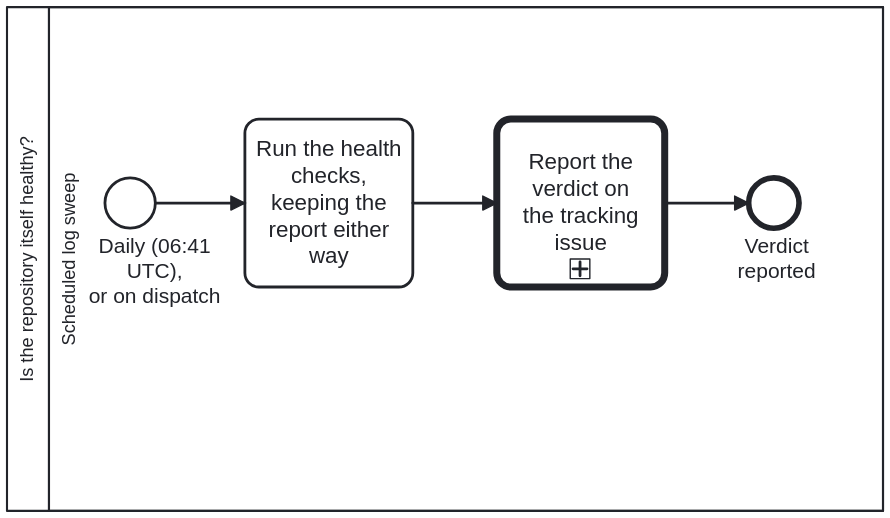
Before: docs/assets/img/workflows/repository-health-watch.svg, a diagram exported from BPMN (litlfred/cat-harness). Its source is kept beside it as processes/sdlc/repository-health-watch.bpmn. Ids are renumbered.
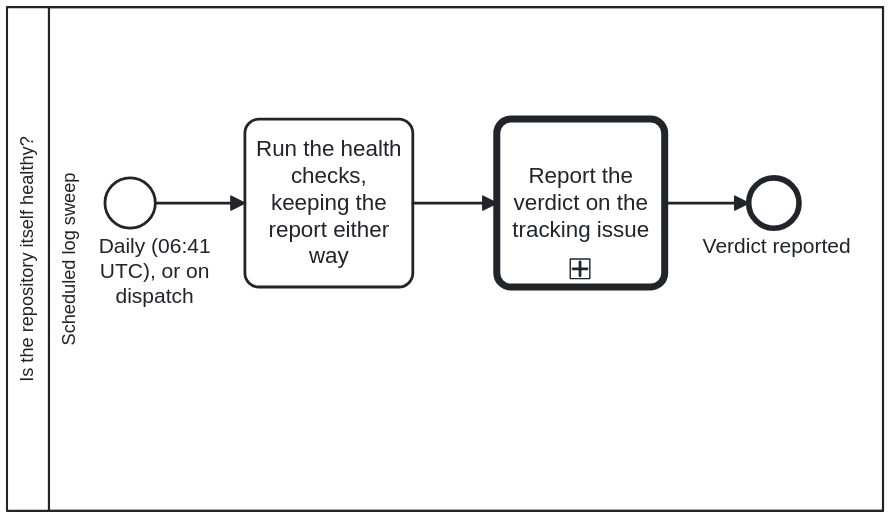
Above is the later version.

Commit message:
Let the renderer wrap G2 names; fit the tracked-watch pool

Change to the diagram source:
```diff
@@ -39,10 +39,10 @@
         <bpmn:flowNodeRef>End_Reported</bpmn:flowNodeRef>
       </bpmn:lane>
     </bpmn:laneSet>
-    <bpmn:startEvent id="Start_Sweep" name="Daily (06:41 UTC),&#10;or on dispatch">
+    <bpmn:startEvent id="Start_Sweep" name="Daily (06:41 UTC), or on dispatch">
       <bpmn:outgoing>Flow_0</bpmn:outgoing>
     </bpmn:startEvent>
-    <bpmn:task id="Task_Check" name="Run the health checks,&#10;keeping the report either way">
+    <bpmn:task id="Task_Check" name="Run the health checks, keeping the report either way">
       <bpmn:documentation>Run bun run cat health --out and upload the JSON report whatever the verdict — on unknown it is the only evidence of why the sweep went blind. Exit 0 clean, 1 gating findings, 2 could not check; exit 1 with no report is a crash. The checks report and never act: every finding names something a person does.
 
 Where its verdict comes from: Asked of the `verdict` output of 'Run the health checks' in .github/workflows/health-check.yml, which runs `bun run cat health --out`. Exit 0 is clean, 1 gating finding(s), 2 could not check; an exit 1 with no report file is a crash and is reclassified as could-not-check, as is any other code. `no` is verdict == 'unknown': 'Refuse to report success on an unchecked repository' runs `exit 1` and the tracking issue is left untouched. `yes` is verdict != 'unknown', the guard on ensuring the `repo-health` label. The report is uploaded as an artifact on every verdict (`if: always()`), including this one.</bpmn:documentation>
@@ -52,7 +52,7 @@
       <bpmn:incoming>Flow_0</bpmn:incoming>
       <bpmn:outgoing>Flow_1</bpmn:outgoing>
     </bpmn:task>
-    <bpmn:callActivity id="Call_Watch" name="Report the verdict on&#10;the tracking issue" calledElement="Process_TrackedWatch">
+    <bpmn:callActivity id="Call_Watch" name="Report the verdict on the tracking issue" calledElement="Process_TrackedWatch">
       <bpmn:documentation>Runs the shared tracking watch with the label `repo-health`. Asked of the same `verdict`. `clean` is verdict == 'clean': the `repo-health` tracking issue is closed. `not clean` is verdict == 'findings': the one tracking issue is opened or edited in place with the report. A finding does not fail the job; only `unknown` does. Clean here means every check ran and none had anything to report. The body states that nothing in it has been acted on.</bpmn:documentation>
       <bpmn:incoming>Flow_1</bpmn:incoming>
       <bpmn:outgoing>Flow_2</bpmn:outgoing>
@@ -87,7 +87,7 @@
       </bpmndi:BPMNShape>
       <bpmndi:BPMNShape id="Shape_Start_Sweep" bpmnElement="Start_Sweep">
         <dc:Bounds x="130" y="182" width="36" height="36"/>
-        <bpmndi:BPMNLabel><dc:Bounds x="110" y="222" width="110" height="60"/></bpmndi:BPMNLabel>
+        <bpmndi:BPMNLabel><dc:Bounds x="105" y="222" width="120" height="60"/></bpmndi:BPMNLabel>
       </bpmndi:BPMNShape>
       <bpmndi:BPMNShape id="Shape_Task_Check" bpmnElement="Task_Check">
         <dc:Bounds x="230" y="140" width="120" height="120"/>
@@ -97,7 +97,7 @@
       </bpmndi:BPMNShape>
       <bpmndi:BPMNShape id="Shape_End_Reported" bpmnElement="End_Reported">
         <dc:Bounds x="590" y="182" width="36" height="36"/>
-        <bpmndi:BPMNLabel><dc:Bounds x="570" y="222" width="80" height="40"/></bpmndi:BPMNLabel>
+        <bpmndi:BPMNLabel><dc:Bounds x="550" y="222" width="120" height="40"/></bpmndi:BPMNLabel>
       </bpmndi:BPMNShape>
       <bpmndi:BPMNEdge id="Edge_Flow_0" bpmnElement="Flow_0">
         <di:waypoint x="166" y="200"/>
```
